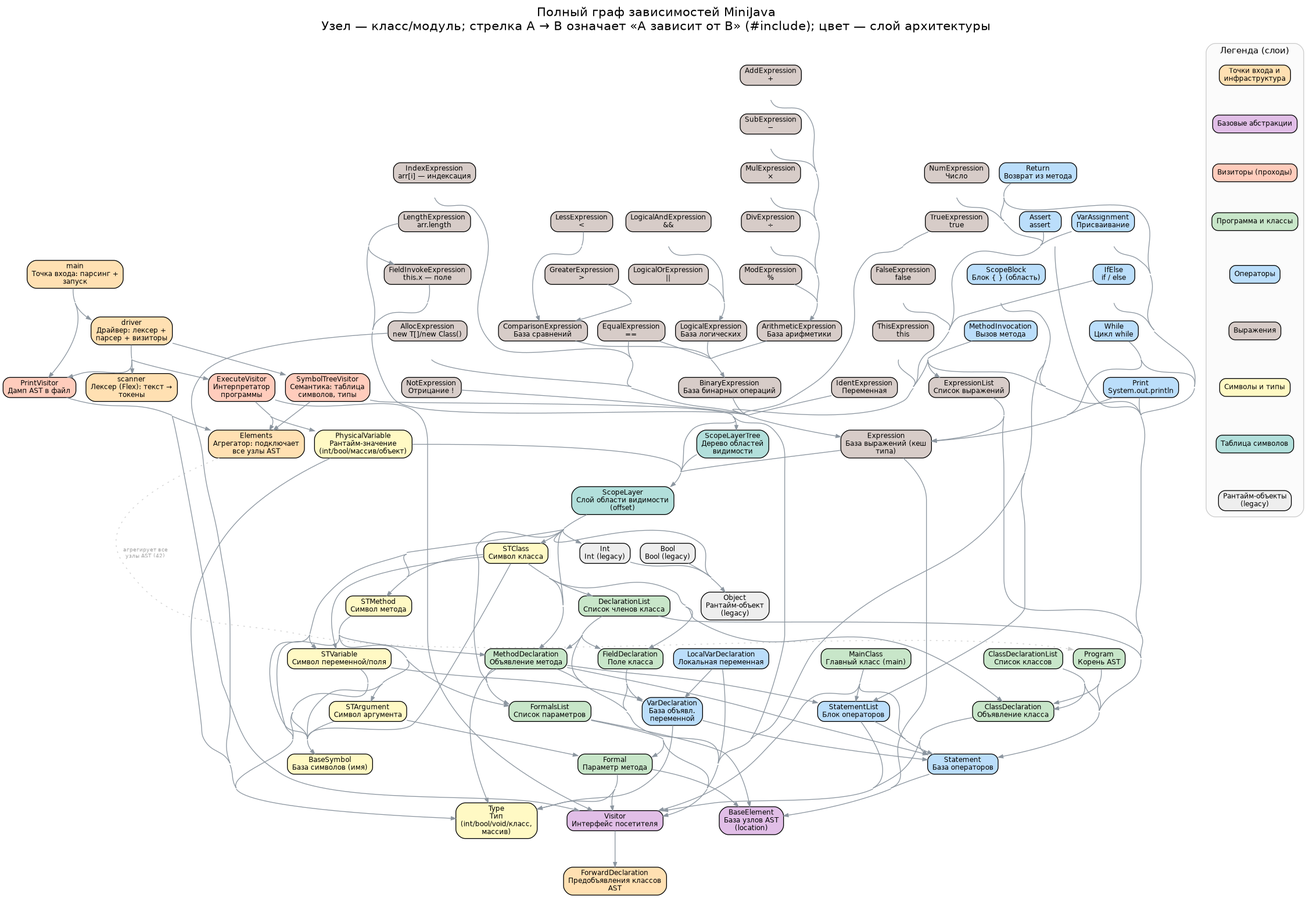
Vovatka/JavaCompiler keeps this Graphviz diagram as graphviz/full_dependencies.png. Above is the earlier version. Its source is kept beside it as graphviz/full_dependencies.dot. Its diagram source:
```dot
digraph MiniJavaDeps {
  rankdir=TB;
  ratio=compress;
  nodesep=0.18; ranksep=0.5; splines=true; concentrate=true;
  fontname="Helvetica";
  node [shape=box, style="rounded,filled", fontname="Helvetica", fontsize=9, margin="0.08,0.04", height=0.32];
  edge [fontname="Helvetica", fontsize=7, color="#8c96a0", arrowsize=0.6];
  labelloc="t"; fontsize=16;
  label="Полный граф зависимостей MiniJava\nУзел — класс/модуль; стрелка A → B означает «A зависит от B» (#include); цвет — слой архитектуры";
  "main" [fillcolor="#ffe0b2", label="main\nТочка входа: парсинг +\nзапуск", tooltip="Точка входа: парсинг + запуск"];
  "driver" [fillcolor="#ffe0b2", label="driver\nДрайвер: лексер +\nпарсер + визиторы", tooltip="Драйвер: лексер + парсер + визиторы"];
  "scanner" [fillcolor="#ffe0b2", label="scanner\nЛексер (Flex): текст →\nтокены", tooltip="Лексер (Flex): текст → токены"];
  "Elements" [fillcolor="#ffe0b2", label="Elements\nАгрегатор: подключает\nвсе узлы AST", tooltip="Агрегатор: подключает все узлы AST"];
  "ForwardDeclaration" [fillcolor="#ffe0b2", label="ForwardDeclaration\nПредобъявления классов\nAST", tooltip="Предобъявления классов AST"];
  "BaseElement" [fillcolor="#e1bee7", label="BaseElement\nБаза узлов AST\n(location)", tooltip="База узлов AST (location)"];
  "Visitor" [fillcolor="#e1bee7", label="Visitor\nИнтерфейс посетителя", tooltip="Интерфейс посетителя"];
  "SymbolTreeVisitor" [fillcolor="#ffccbc", label="SymbolTreeVisitor\nСемантика: таблица\nсимволов, типы", tooltip="Семантика: таблица символов, типы"];
  "ExecuteVisitor" [fillcolor="#ffccbc", label="ExecuteVisitor\nИнтерпретатор\nпрограммы", tooltip="Интерпретатор программы"];
  "PrintVisitor" [fillcolor="#ffccbc", label="PrintVisitor\nДамп AST в файл", tooltip="Дамп AST в файл"];
  "Program" [fillcolor="#c8e6c9", label="Program\nКорень AST", tooltip="Корень AST"];
  "MainClass" [fillcolor="#c8e6c9", label="MainClass\nГлавный класс (main)", tooltip="Главный класс (main)"];
  "ClassDeclaration" [fillcolor="#c8e6c9", label="ClassDeclaration\nОбъявление класса", tooltip="Объявление класса"];
  "ClassDeclarationList" [fillcolor="#c8e6c9", label="ClassDeclarationList\nСписок классов", tooltip="Список классов"];
  "DeclarationList" [fillcolor="#c8e6c9", label="DeclarationList\nСписок членов класса", tooltip="Список членов класса"];
  "MethodDeclaration" [fillcolor="#c8e6c9", label="MethodDeclaration\nОбъявление метода", tooltip="Объявление метода"];
  "FieldDeclaration" [fillcolor="#c8e6c9", label="FieldDeclaration\nПоле класса", tooltip="Поле класса"];
  "Formal" [fillcolor="#c8e6c9", label="Formal\nПараметр метода", tooltip="Параметр метода"];
  "FormalsList" [fillcolor="#c8e6c9", label="FormalsList\nСписок параметров", tooltip="Список параметров"];
  "Statement" [fillcolor="#bbdefb", label="Statement\nБаза операторов", tooltip="База операторов"];
  "StatementList" [fillcolor="#bbdefb", label="StatementList\nБлок операторов", tooltip="Блок операторов"];
  "VarDeclaration" [fillcolor="#bbdefb", label="VarDeclaration\nБаза объявл.\nпеременной", tooltip="База объявл. переменной"];
  "LocalVarDeclaration" [fillcolor="#bbdefb", label="LocalVarDeclaration\nЛокальная переменная", tooltip="Локальная переменная"];
  "VarAssignment" [fillcolor="#bbdefb", label="VarAssignment\nПрисваивание", tooltip="Присваивание"];
  "IfElse" [fillcolor="#bbdefb", label="IfElse\nif / else", tooltip="if / else"];
  "While" [fillcolor="#bbdefb", label="While\nЦикл while", tooltip="Цикл while"];
  "Print" [fillcolor="#bbdefb", label="Print\nSystem.out.println", tooltip="System.out.println"];
  "Return" [fillcolor="#bbdefb", label="Return\nВозврат из метода", tooltip="Возврат из метода"];
  "Assert" [fillcolor="#bbdefb", label="Assert\nassert", tooltip="assert"];
  "ScopeBlock" [fillcolor="#bbdefb", label="ScopeBlock\nБлок { } (область)", tooltip="Блок { } (область)"];
  "MethodInvocation" [fillcolor="#bbdefb", label="MethodInvocation\nВызов метода", tooltip="Вызов метода"];
  "Expression" [fillcolor="#d7ccc8", label="Expression\nБаза выражений (кеш\nтипа)", tooltip="База выражений (кеш типа)"];
  "ExpressionList" [fillcolor="#d7ccc8", label="ExpressionList\nСписок выражений", tooltip="Список выражений"];
  "IdentExpression" [fillcolor="#d7ccc8", label="IdentExpression\nПеременная", tooltip="Переменная"];
  "NumExpression" [fillcolor="#d7ccc8", label="NumExpression\nЧисло", tooltip="Число"];
  "TrueExpression" [fillcolor="#d7ccc8", label="TrueExpression\ntrue", tooltip="true"];
  "FalseExpression" [fillcolor="#d7ccc8", label="FalseExpression\nfalse", tooltip="false"];
  "ThisExpression" [fillcolor="#d7ccc8", label="ThisExpression\nthis", tooltip="this"];
  "FieldInvokeExpression" [fillcolor="#d7ccc8", label="FieldInvokeExpression\nthis.x — поле", tooltip="this.x — поле"];
  "IndexExpression" [fillcolor="#d7ccc8", label="IndexExpression\narr[i] — индексация", tooltip="arr[i] — индексация"];
  "LengthExpression" [fillcolor="#d7ccc8", label="LengthExpression\narr.length", tooltip="arr.length"];
  "AllocExpression" [fillcolor="#d7ccc8", label="AllocExpression\nnew T[]/new Class()", tooltip="new T[]/new Class()"];
  "NotExpression" [fillcolor="#d7ccc8", label="NotExpression\nОтрицание !", tooltip="Отрицание !"];
  "BinaryExpression" [fillcolor="#d7ccc8", label="BinaryExpression\nБаза бинарных операций", tooltip="База бинарных операций"];
  "ArithmeticExpression" [fillcolor="#d7ccc8", label="ArithmeticExpression\nБаза арифметики", tooltip="База арифметики"];
  "AddExpression" [fillcolor="#d7ccc8", label="AddExpression\n+", tooltip="+"];
  "SubExpression" [fillcolor="#d7ccc8", label="SubExpression\n−", tooltip="−"];
  "MulExpression" [fillcolor="#d7ccc8", label="MulExpression\n×", tooltip="×"];
  "DivExpression" [fillcolor="#d7ccc8", label="DivExpression\n÷", tooltip="÷"];
  "ModExpression" [fillcolor="#d7ccc8", label="ModExpression\n%", tooltip="%"];
  "ComparisonExpression" [fillcolor="#d7ccc8", label="ComparisonExpression\nБаза сравнений", tooltip="База сравнений"];
  "LessExpression" [fillcolor="#d7ccc8", label="LessExpression\n<", tooltip="<"];
  "GreaterExpression" [fillcolor="#d7ccc8", label="GreaterExpression\n>", tooltip=">"];
  "EqualExpression" [fillcolor="#d7ccc8", label="EqualExpression\n==", tooltip="=="];
  "LogicalExpression" [fillcolor="#d7ccc8", label="LogicalExpression\nБаза логических", tooltip="База логических"];
  "LogicalAndExpression" [fillcolor="#d7ccc8", label="LogicalAndExpression\n&&", tooltip="&&"];
  "LogicalOrExpression" [fillcolor="#d7ccc8", label="LogicalOrExpression\n||", tooltip="||"];
  "Type" [fillcolor="#fff9c4", label="Type\nТип\n(int/bool/void/класс,\nмассив)", tooltip="Тип (int/bool/void/класс, массив)"];
  "BaseSymbol" [fillcolor="#fff9c4", label="BaseSymbol\nБаза символов (имя)", tooltip="База символов (имя)"];
  "STClass" [fillcolor="#fff9c4", label="STClass\nСимвол класса", tooltip="Символ класса"];
  "STMethod" [fillcolor="#fff9c4", label="STMethod\nСимвол метода", tooltip="Символ метода"];
  "STVariable" [fillcolor="#fff9c4", label="STVariable\nСимвол переменной/поля", tooltip="Символ переменной/поля"];
  "STArgument" [fillcolor="#fff9c4", label="STArgument\nСимвол аргумента", tooltip="Символ аргумента"];
  "PhysicalVariable" [fillcolor="#fff9c4", label="PhysicalVariable\nРантайм-значение\n(int/bool/массив/объект)", tooltip="Рантайм-значение (int/bool/массив/объект)"];
  "ScopeLayer" [fillcolor="#b2dfdb", label="ScopeLayer\nСлой области видимости\n(offset)", tooltip="Слой области видимости (offset)"];
  "ScopeLayerTree" [fillcolor="#b2dfdb", label="ScopeLayerTree\nДерево областей\nвидимости", tooltip="Дерево областей видимости"];
  "Object" [fillcolor="#eeeeee", label="Object\nРантайм-объект\n(legacy)", tooltip="Рантайм-объект (legacy)"];
  "Int" [fillcolor="#eeeeee", label="Int\nInt (legacy)", tooltip="Int (legacy)"];
  "Bool" [fillcolor="#eeeeee", label="Bool\nBool (legacy)", tooltip="Bool (legacy)"];
  "AddExpression" -> "ArithmeticExpression";
  "AllocExpression" -> "Expression";
  "AllocExpression" -> "Type";
  "ArithmeticExpression" -> "BinaryExpression";
  "Assert" -> "Expression";
  "Assert" -> "Statement";
  "BinaryExpression" -> "Expression";
  "Bool" -> "Object";
  "ClassDeclaration" -> "Statement";
  "ClassDeclaration" -> "Visitor";
  "ClassDeclarationList" -> "ClassDeclaration";
  "ClassDeclarationList" -> "Statement";
  "ComparisonExpression" -> "BinaryExpression";
  "DeclarationList" -> "FieldDeclaration";
  "DeclarationList" -> "MethodDeclaration";
  "DeclarationList" -> "Statement";
  "DeclarationList" -> "Visitor";
  "DivExpression" -> "ArithmeticExpression";
  "EqualExpression" -> "BinaryExpression";
  "EqualExpression" -> "Expression";
  "ExecuteVisitor" -> "Elements";
  "ExecuteVisitor" -> "PhysicalVariable";
  "ExecuteVisitor" -> "Visitor";
  "Expression" -> "BaseElement";
  "Expression" -> "ScopeLayer";
  "ExpressionList" -> "Expression";
  "ExpressionList" -> "Statement";
  "FalseExpression" -> "Expression";
  "FieldDeclaration" -> "VarDeclaration";
  "FieldDeclaration" -> "Visitor";
  "FieldInvokeExpression" -> "Expression";
  "Formal" -> "BaseElement";
  "Formal" -> "Type";
  "Formal" -> "Visitor";
  "FormalsList" -> "BaseElement";
  "FormalsList" -> "Formal";
  "FormalsList" -> "Visitor";
  "GreaterExpression" -> "ComparisonExpression";
  "IdentExpression" -> "Expression";
  "IfElse" -> "Expression";
  "IfElse" -> "Statement";
  "IndexExpression" -> "Expression";
  "Int" -> "Object";
  "LengthExpression" -> "Expression";
  "LengthExpression" -> "FieldInvokeExpression";
  "LessExpression" -> "ComparisonExpression";
  "LocalVarDeclaration" -> "VarDeclaration";
  "LocalVarDeclaration" -> "Visitor";
  "LogicalAndExpression" -> "LogicalExpression";
  "LogicalExpression" -> "BinaryExpression";
  "LogicalOrExpression" -> "LogicalExpression";
  "MainClass" -> "Statement";
  "MainClass" -> "StatementList";
  "MainClass" -> "Visitor";
  "MethodDeclaration" -> "FormalsList";
  "MethodDeclaration" -> "Statement";
  "MethodDeclaration" -> "StatementList";
  "MethodDeclaration" -> "Type";
  "MethodDeclaration" -> "Visitor";
  "MethodInvocation" -> "Expression";
  "MethodInvocation" -> "ExpressionList";
  "MethodInvocation" -> "Statement";
  "ModExpression" -> "ArithmeticExpression";
  "MulExpression" -> "ArithmeticExpression";
  "NotExpression" -> "Expression";
  "NumExpression" -> "Expression";
  "PhysicalVariable" -> "ScopeLayer";
  "PhysicalVariable" -> "Type";
  "Print" -> "Expression";
  "Print" -> "Statement";
  "PrintVisitor" -> "Elements";
  "PrintVisitor" -> "Visitor";
  "Program" -> "ClassDeclaration";
  "Program" -> "Statement";
  "Return" -> "Expression";
  "Return" -> "Statement";
  "STArgument" -> "BaseSymbol";
  "STArgument" -> "Formal";
  "STClass" -> "BaseSymbol";
  "STClass" -> "ClassDeclaration";
  "STClass" -> "DeclarationList";
  "STClass" -> "FieldDeclaration";
  "STClass" -> "MethodDeclaration";
  "STClass" -> "STMethod";
  "STClass" -> "STVariable";
  "STMethod" -> "BaseSymbol";
  "STMethod" -> "FormalsList";
  "STMethod" -> "MethodDeclaration";
  "STMethod" -> "STArgument";
  "STMethod" -> "Type";
  "STVariable" -> "BaseSymbol";
  "STVariable" -> "Type";
  "STVariable" -> "VarDeclaration";
  "ScopeBlock" -> "Statement";
  "ScopeBlock" -> "StatementList";
  "ScopeBlock" -> "Visitor";
  "ScopeLayer" -> "BaseSymbol";
  "ScopeLayer" -> "FormalsList";
  "ScopeLayer" -> "Int";
  "ScopeLayer" -> "MethodDeclaration";
  "ScopeLayer" -> "Object";
  "ScopeLayer" -> "STClass";
  "ScopeLayer" -> "STMethod";
  "ScopeLayer" -> "STVariable";
  "ScopeLayerTree" -> "ScopeLayer";
  "Statement" -> "BaseElement";
  "StatementList" -> "Statement";
  "StatementList" -> "Visitor";
  "SubExpression" -> "ArithmeticExpression";
  "SymbolTreeVisitor" -> "Elements";
  "SymbolTreeVisitor" -> "ScopeLayer";
  "SymbolTreeVisitor" -> "ScopeLayerTree";
  "SymbolTreeVisitor" -> "Visitor";
  "ThisExpression" -> "Expression";
  "TrueExpression" -> "Expression";
  "VarAssignment" -> "Expression";
  "VarAssignment" -> "Statement";
  "VarDeclaration" -> "Statement";
  "VarDeclaration" -> "Type";
  "Visitor" -> "ForwardDeclaration";
  "While" -> "Expression";
  "While" -> "Statement";
  "driver" -> "ExecuteVisitor";
  "driver" -> "PrintVisitor";
  "driver" -> "SymbolTreeVisitor";
  "driver" -> "scanner";
  "main" -> "PrintVisitor";
  "main" -> "driver";
  "Elements" -> "Program" [style=dotted, color="#cfcfcf", label="агрегирует все\nузлы AST (42)", fontcolor="#9e9e9e", constraint=false];
  subgraph cluster_legend {
    label="Легенда (слои)"; fontsize=11; style="rounded,filled"; fillcolor="#fbfbfb"; color="#cccccc";
    "__lg1" [shape=box, style="rounded,filled", fillcolor="#ffe0b2", fontsize=9, label="Точки входа и\nинфраструктура"];
    "__lg2" [shape=box, style="rounded,filled", fillcolor="#e1bee7", fontsize=9, label="Базовые абстракции"];
    "__lg1" -> "__lg2" [style=invis];
    "__lg3" [shape=box, style="rounded,filled", fillcolor="#ffccbc", fontsize=9, label="Визиторы (проходы)"];
    "__lg2" -> "__lg3" [style=invis];
    "__lg4" [shape=box, style="rounded,filled", fillcolor="#c8e6c9", fontsize=9, label="Программа и классы"];
    "__lg3" -> "__lg4" [style=invis];
    "__lg5" [shape=box, style="rounded,filled", fillcolor="#bbdefb", fontsize=9, label="Операторы"];
    "__lg4" -> "__lg5" [style=invis];
    "__lg6" [shape=box, style="rounded,filled", fillcolor="#d7ccc8", fontsize=9, label="Выражения"];
    "__lg5" -> "__lg6" [style=invis];
    "__lg7" [shape=box, style="rounded,filled", fillcolor="#fff9c4", fontsize=9, label="Символы и типы"];
    "__lg6" -> "__lg7" [style=invis];
    "__lg8" [shape=box, style="rounded,filled", fillcolor="#b2dfdb", fontsize=9, label="Таблица символов"];
    "__lg7" -> "__lg8" [style=invis];
    "__lg9" [shape=box, style="rounded,filled", fillcolor="#eeeeee", fontsize=9, label="Рантайм-объекты\n(legacy)"];
    "__lg8" -> "__lg9" [style=invis];
  }

  "AddExpression" -> "SubExpression" [style=invis, weight=12];
  "SubExpression" -> "MulExpression" [style=invis, weight=12];
  "MulExpression" -> "DivExpression" [style=invis, weight=12];
  "DivExpression" -> "ModExpression" [style=invis, weight=12];
  "LessExpression" -> "GreaterExpression" [style=invis, weight=12];
  "GreaterExpression" -> "EqualExpression" [style=invis, weight=12];
  "LogicalAndExpression" -> "LogicalOrExpression" [style=invis, weight=12];
  "NumExpression" -> "TrueExpression" [style=invis, weight=12];
  "TrueExpression" -> "FalseExpression" [style=invis, weight=12];
  "FalseExpression" -> "ThisExpression" [style=invis, weight=12];
  "ThisExpression" -> "IdentExpression" [style=invis, weight=12];
  "IndexExpression" -> "LengthExpression" [style=invis, weight=12];
  "LengthExpression" -> "FieldInvokeExpression" [style=invis, weight=12];
  "FieldInvokeExpression" -> "AllocExpression" [style=invis, weight=12];
  "AllocExpression" -> "NotExpression" [style=invis, weight=12];
  "VarAssignment" -> "IfElse" [style=invis, weight=12];
  "IfElse" -> "While" [style=invis, weight=12];
  "While" -> "Print" [style=invis, weight=12];
  "Return" -> "Assert" [style=invis, weight=12];
  "Assert" -> "ScopeBlock" [style=invis, weight=12];
  "ScopeBlock" -> "MethodInvocation" [style=invis, weight=12];
  "STClass" -> "STMethod" [style=invis, weight=12];
  "STMethod" -> "STVariable" [style=invis, weight=12];
  "STVariable" -> "STArgument" [style=invis, weight=12];
}
```
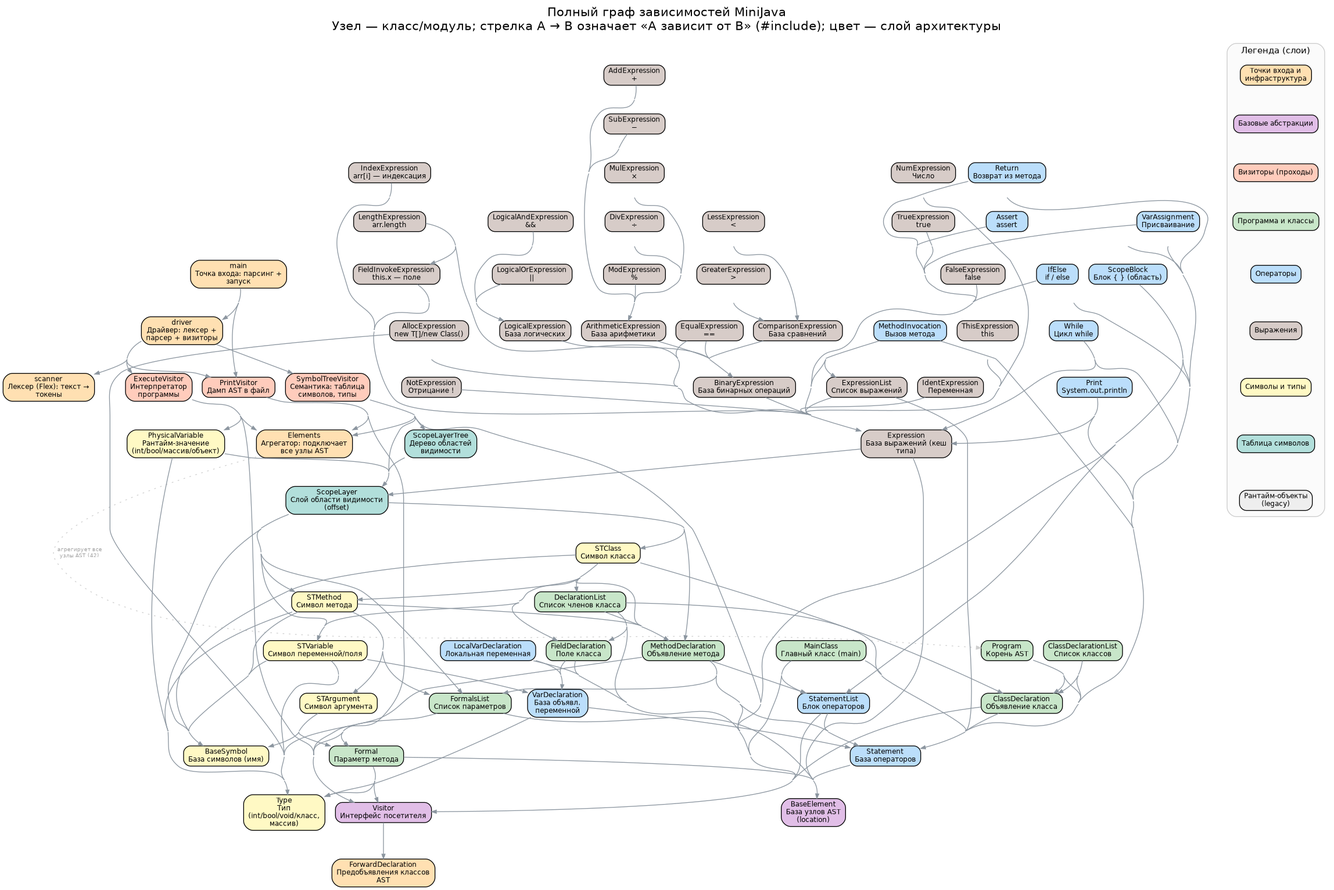
After the commit.

Commit message:
fix: remove Objects from graph

The edit, as a diff of the source:
```diff
@@ -73,9 +73,6 @@
   "PhysicalVariable" [fillcolor="#fff9c4", label="PhysicalVariable\nРантайм-значение\n(int/bool/массив/объект)", tooltip="Рантайм-значение (int/bool/массив/объект)"];
   "ScopeLayer" [fillcolor="#b2dfdb", label="ScopeLayer\nСлой области видимости\n(offset)", tooltip="Слой области видимости (offset)"];
   "ScopeLayerTree" [fillcolor="#b2dfdb", label="ScopeLayerTree\nДерево областей\nвидимости", tooltip="Дерево областей видимости"];
-  "Object" [fillcolor="#eeeeee", label="Object\nРантайм-объект\n(legacy)", tooltip="Рантайм-объект (legacy)"];
-  "Int" [fillcolor="#eeeeee", label="Int\nInt (legacy)", tooltip="Int (legacy)"];
-  "Bool" [fillcolor="#eeeeee", label="Bool\nBool (legacy)", tooltip="Bool (legacy)"];
   "AddExpression" -> "ArithmeticExpression";
   "AllocExpression" -> "Expression";
   "AllocExpression" -> "Type";
@@ -83,7 +80,6 @@
   "Assert" -> "Expression";
   "Assert" -> "Statement";
   "BinaryExpression" -> "Expression";
-  "Bool" -> "Object";
   "ClassDeclaration" -> "Statement";
   "ClassDeclaration" -> "Visitor";
   "ClassDeclarationList" -> "ClassDeclaration";
@@ -118,7 +114,6 @@
   "IfElse" -> "Expression";
   "IfElse" -> "Statement";
   "IndexExpression" -> "Expression";
-  "Int" -> "Object";
   "LengthExpression" -> "Expression";
   "LengthExpression" -> "FieldInvokeExpression";
   "LessExpression" -> "ComparisonExpression";
@@ -174,9 +169,7 @@
   "ScopeBlock" -> "Visitor";
   "ScopeLayer" -> "BaseSymbol";
   "ScopeLayer" -> "FormalsList";
-  "ScopeLayer" -> "Int";
   "ScopeLayer" -> "MethodDeclaration";
-  "ScopeLayer" -> "Object";
   "ScopeLayer" -> "STClass";
   "ScopeLayer" -> "STMethod";
   "ScopeLayer" -> "STVariable";
```
